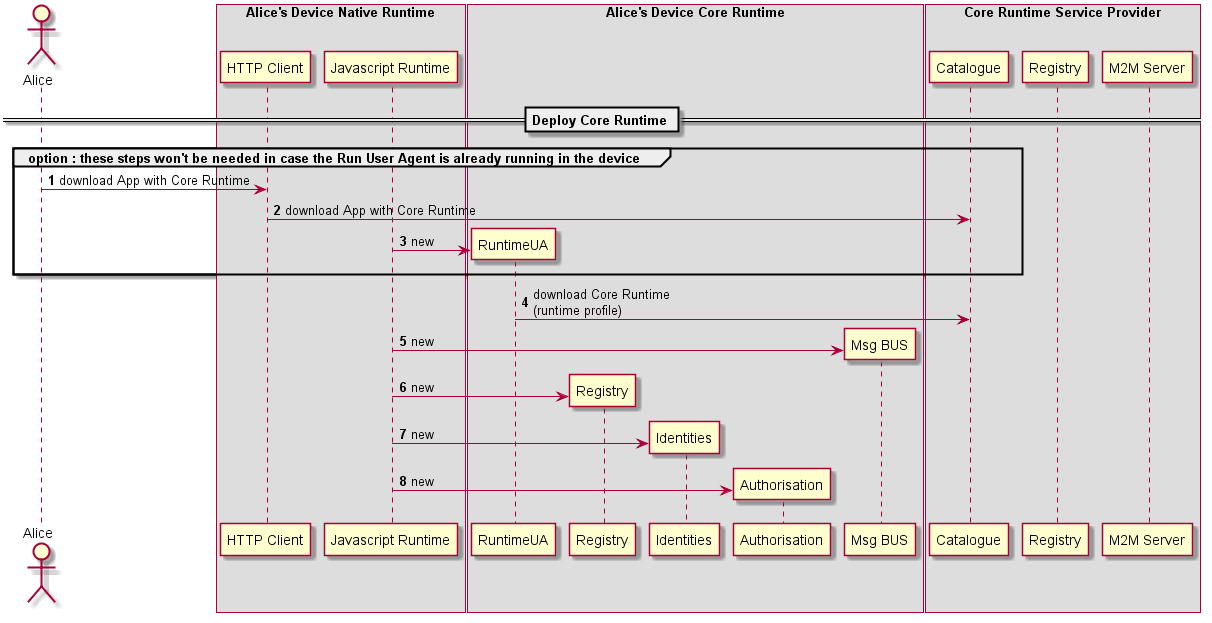
Before: docs/specs/runtime/dynamic-view/basics/deploy-runtime.png, a diagram exported from PlantUML (reTHINK-project/core-framework). Its source is kept beside it as docs/specs/runtime/dynamic-view/basics/deploy-runtime.plantuml. Source of this version:
```plantuml
@startuml "deploy-runtime.png"

autonumber

!define SHOW_RuntimeA

!define SHOW_NativeAtRuntimeA
!define SHOW_JavascriptEngineAtRuntimeA
!define SHOW_HTTPClientAtRuntimeA

!define SHOW_CoreRuntimeA
!define SHOW_MsgBUSAtRuntimeA
!define SHOW_RegistryAtRuntimeA
!define SHOW_IdentitiesAtRuntimeA
!define SHOW_AuthAtRuntimeA
!define SHOW_CoreAgentAtRuntimeA

!define SHOW_CoreRuntimeProvider

!include ../runtime_objects.plantuml

== Deploy Core Runtime ==

group option : these steps won't be needed in case the Run User Agent is already running in the device

Alice -> HTTP_UAC@A : download App with Core Runtime

HTTP_UAC@A -> CoreRunProvider : download App with Core Runtime

create RunUA@A
JS@A -> RunUA@A : new
end group



RunUA@A -> CoreRunProvider : download Core Runtime\n(runtime profile)

create BUS@A
JS@A -> BUS@A : new

create RunReg@A
JS@A -> RunReg@A : new

create RunID@A
JS@A -> RunID@A : new

create RunAuth@A
JS@A -> RunAuth@A : new

@enduml
```
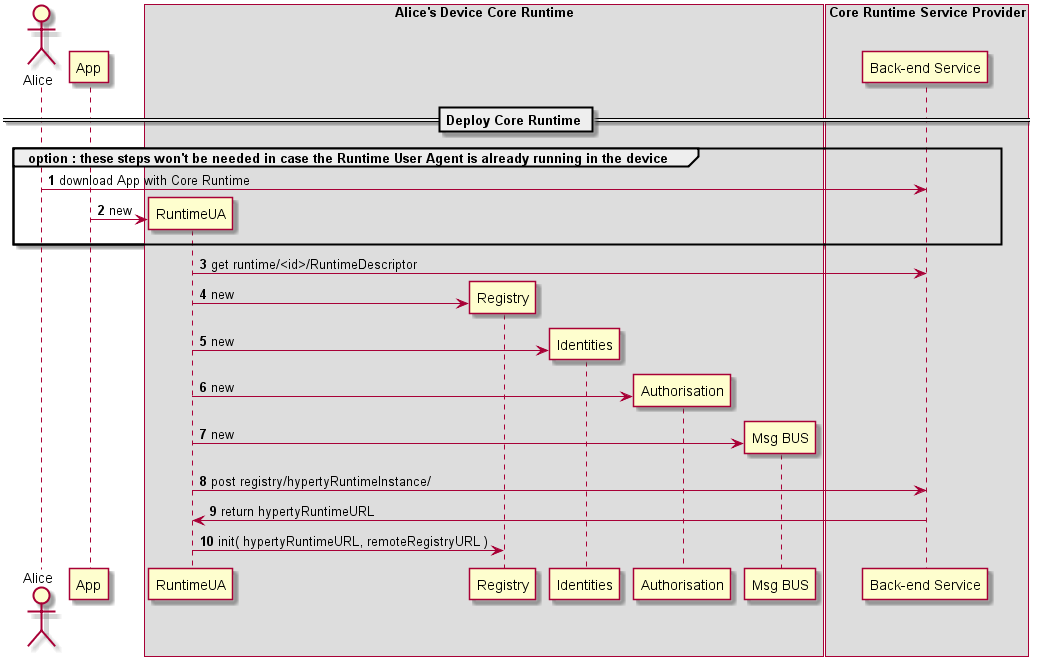
Above is the later version.

Commit message:
runtime deployment completed and cleaned

Change to the diagram source:
```diff
@@ -4,9 +4,7 @@
 
 !define SHOW_RuntimeA
 
-!define SHOW_NativeAtRuntimeA
-!define SHOW_JavascriptEngineAtRuntimeA
-!define SHOW_HTTPClientAtRuntimeA
+!define SHOW_AppAtRuntimeA
 
 !define SHOW_CoreRuntimeA
 !define SHOW_MsgBUSAtRuntimeA
@@ -21,30 +19,32 @@
 
 == Deploy Core Runtime ==
 
-group option : these steps won't be needed in case the Run User Agent is already running in the device
+group option : these steps won't be needed in case the Runtime User Agent is already running in the device
 
-Alice -> HTTP_UAC@A : download App with Core Runtime
-
-HTTP_UAC@A -> CoreRunProvider : download App with Core Runtime
+Alice -> CoreRunSP : download App with Core Runtime
 
 create RunUA@A
-JS@A -> RunUA@A : new
+App@A -> RunUA@A : new
 end group
 
+RunUA@A -> CoreRunSP : get runtime/<id>/RuntimeDescriptor
 
+create RunReg@A
+RunUA@A -> RunReg@A : new
 
-RunUA@A -> CoreRunProvider : download Core Runtime\n(runtime profile)
+create RunID@A
+RunUA@A -> RunID@A : new
+
+create RunAuth@A
+RunUA@A -> RunAuth@A : new
 
 create BUS@A
-JS@A -> BUS@A : new
+RunUA@A -> BUS@A : new
 
-create RunReg@A
-JS@A -> RunReg@A : new
+RunUA@A -> CoreRunSP : post registry/hypertyRuntimeInstance/
 
-create RunID@A
-JS@A -> RunID@A : new
+RunUA@A <- CoreRunSP : return hypertyRuntimeURL
 
-create RunAuth@A
-JS@A -> RunAuth@A : new
+RunUA@A -> RunReg@A : init( hypertyRuntimeURL, remoteRegistryURL )
 
 @enduml
```
